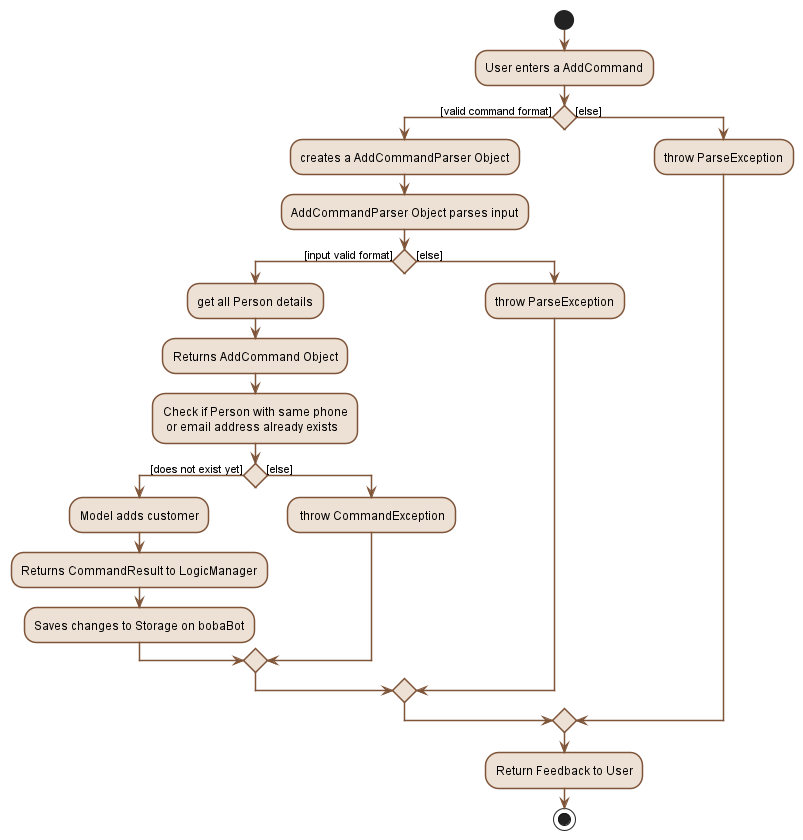
Above: docs/images/AddActivityDiagram.png in nus-cs2103-AY2223S1/tp (PlantUML), before the change.
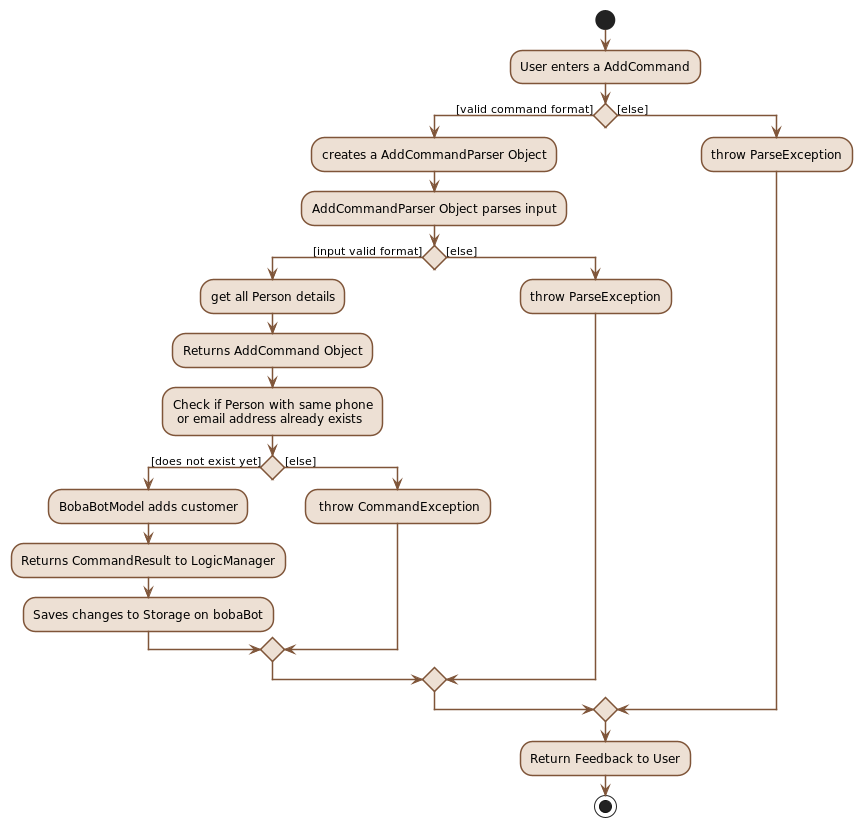
After the commit.

Change to the diagram source:
```diff
@@ -17,7 +17,7 @@
       :Check if Person with same phone
        or email address already exists;
       if () then ([does not exist yet])
-        :Model adds customer;
+        :BobaBotModel adds customer;
         :Returns CommandResult to LogicManager;
         :Saves changes to Storage on bobaBot;
       else ([else])
```
